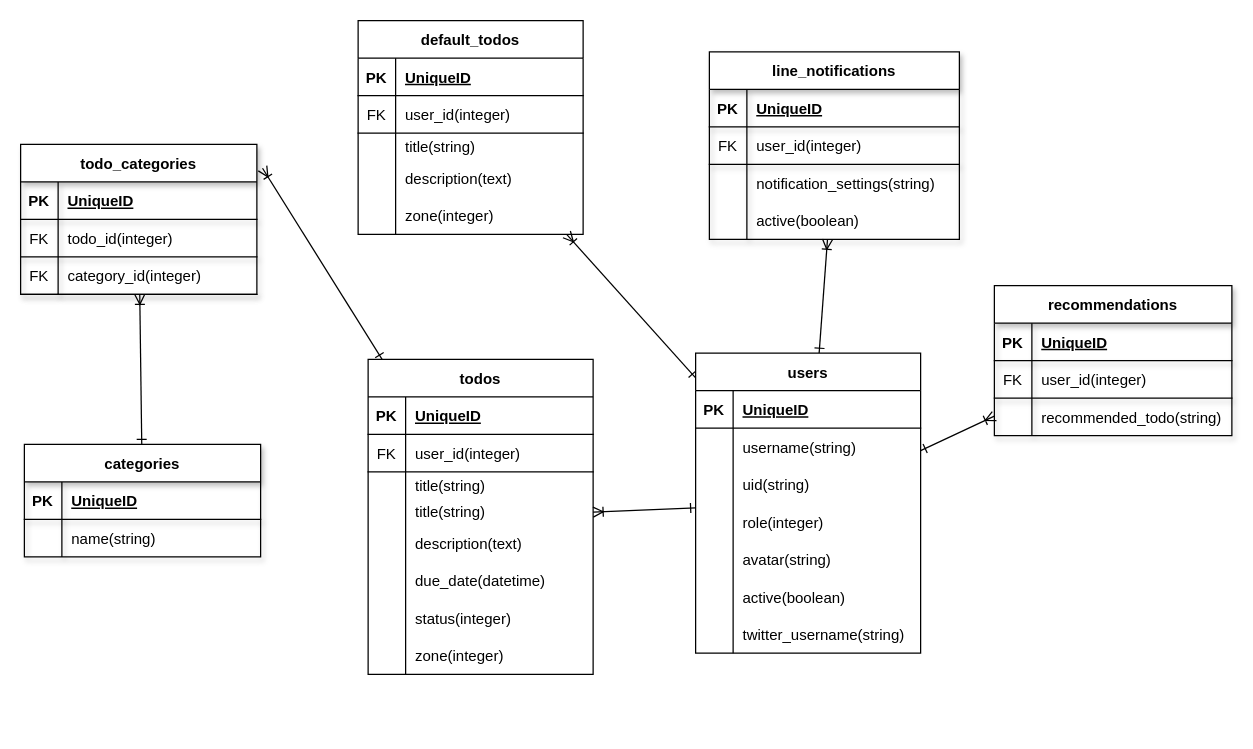
mikurikuri11/Taskzen keeps this draw.io diagram as assets/erDiagram.dio. Above is the earlier version. Source tidied: cells renumbered, new cells numbered last; positions are measured from the earlier drawing's top-left corner, leaving out a move shared by most shapes. Both pictures are drawn from the tidied source at 125%, with x=0, y=0 at pixel (20, 20).
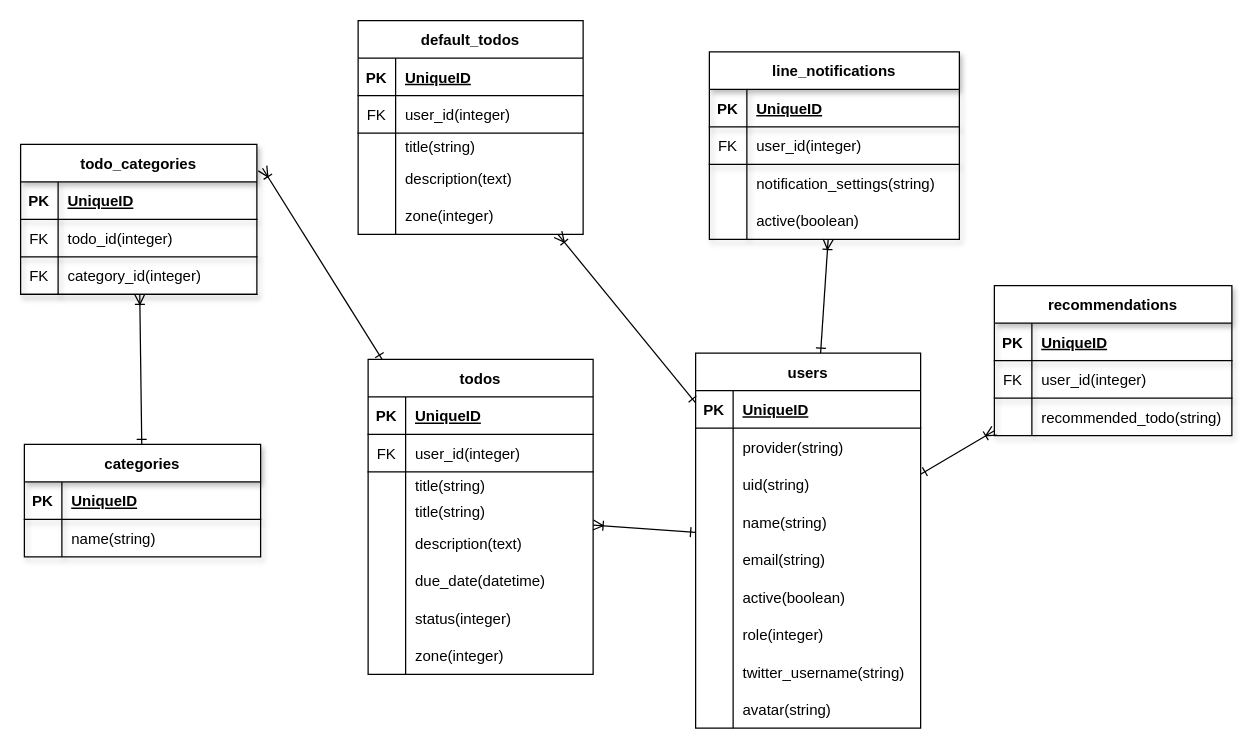
After the change.

Commit message:
🐞fix：add RUN and COPY instruction in Dockerfile

The change refers to these unchanged cells:
```xml
<mxCell id="10" style="shape=tableRow;horizontal=0;startSize=0;swimlaneHead=0;swimlaneBody=0;fillColor=none;top=0;left=0;right=0;bottom=0;" parent="6" vertex="1">
  <mxGeometry y="60" width="180" height="30" as="geometry" />
</mxCell>
<mxCell id="16" style="shape=tableRow;horizontal=0;startSize=0;swimlaneHead=0;swimlaneBody=0;fillColor=none;top=0;left=0;right=0;bottom=0;" parent="6" vertex="1">
  <mxGeometry y="120" width="180" height="30" as="geometry" />
</mxCell>
<mxCell id="19" style="shape=tableRow;horizontal=0;startSize=0;swimlaneHead=0;swimlaneBody=0;fillColor=none;top=0;left=0;right=0;bottom=0;" parent="6" vertex="1">
  <mxGeometry y="150" width="180" height="30" as="geometry" />
</mxCell>
<mxCell id="25" style="shape=tableRow;horizontal=0;startSize=0;swimlaneHead=0;swimlaneBody=0;fillColor=none;top=0;left=0;right=0;bottom=0;" parent="6" vertex="1">
  <mxGeometry y="210" width="180" height="30" as="geometry" />
</mxCell>
```

The edit, as a diff of the source:
```diff
@@
     <mxCell id="6" value="users" style="shape=table;startSize=30;childLayout=tableLayout;rowLines=0;fontStyle=1;align=center;" parent="1" vertex="1">
-      <mxGeometry x="540" y="266" width="180" height="240" as="geometry" />
+      <mxGeometry x="540" y="266" width="180" height="300" as="geometry" />
     </mxCell>
@@
-    <mxCell id="12" value="username(string)" style="shape=partialRectangle;fillColor=none;top=0;left=0;bottom=0;right=0;align=left;spacingLeft=6;overflow=hidden;" parent="10" vertex="1">
+    <mxCell id="12" value="provider(string)" style="shape=partialRectangle;fillColor=none;top=0;left=0;bottom=0;right=0;align=left;spacingLeft=6;overflow=hidden;" parent="10" vertex="1">
       <mxGeometry x="30" width="150" height="30" as="geometry" />
     </mxCell>
@@
-    <mxCell id="18" value="role(integer)" style="shape=partialRectangle;fillColor=none;top=0;left=0;bottom=0;right=0;align=left;spacingLeft=6;overflow=hidden;" parent="16" vertex="1">
+    <mxCell id="18" value="name(string)" style="shape=partialRectangle;fillColor=none;top=0;left=0;bottom=0;right=0;align=left;spacingLeft=6;overflow=hidden;" parent="16" vertex="1">
       <mxGeometry x="30" width="150" height="30" as="geometry" />
     </mxCell>
@@
-    <mxCell id="21" value="avatar(string)" style="shape=partialRectangle;fillColor=none;top=0;left=0;bottom=0;right=0;align=left;spacingLeft=6;overflow=hidden;" parent="19" vertex="1">
+    <mxCell id="21" value="email(string)" style="shape=partialRectangle;fillColor=none;top=0;left=0;bottom=0;right=0;align=left;spacingLeft=6;overflow=hidden;" parent="19" vertex="1">
       <mxGeometry x="30" width="150" height="30" as="geometry" />
     </mxCell>
@@
-    <mxCell id="27" value="twitter_username(string)" style="shape=partialRectangle;fillColor=none;top=0;left=0;bottom=0;right=0;align=left;spacingLeft=6;overflow=hidden;" parent="25" vertex="1">
+    <mxCell id="27" value="role(integer)" style="shape=partialRectangle;fillColor=none;top=0;left=0;bottom=0;right=0;align=left;spacingLeft=6;overflow=hidden;" parent="25" vertex="1">
       <mxGeometry x="30" width="150" height="30" as="geometry" />
     </mxCell>
+    <mxCell id="111" style="shape=tableRow;horizontal=0;startSize=0;swimlaneHead=0;swimlaneBody=0;fillColor=none;top=0;left=0;right=0;bottom=0;" parent="6" vertex="1">
+      <mxGeometry y="240" width="180" height="30" as="geometry" />
+    </mxCell>
+    <mxCell id="112" style="shape=partialRectangle;fillColor=none;top=0;left=0;bottom=0;right=0;overflow=hidden;" parent="111" vertex="1">
+      <mxGeometry width="30" height="30" as="geometry" />
+    </mxCell>
+    <mxCell id="113" value="twitter_username(string)" style="shape=partialRectangle;fillColor=none;top=0;left=0;bottom=0;right=0;align=left;spacingLeft=6;overflow=hidden;" parent="111" vertex="1">
+      <mxGeometry x="30" width="150" height="30" as="geometry" />
+    </mxCell>
+    <mxCell id="114" style="shape=tableRow;horizontal=0;startSize=0;swimlaneHead=0;swimlaneBody=0;fillColor=none;top=0;left=0;right=0;bottom=0;" parent="6" vertex="1">
+      <mxGeometry y="270" width="180" height="30" as="geometry" />
+    </mxCell>
+    <mxCell id="115" style="shape=partialRectangle;fillColor=none;top=0;left=0;bottom=0;right=0;overflow=hidden;" parent="114" vertex="1">
+      <mxGeometry width="30" height="30" as="geometry" />
+    </mxCell>
+    <mxCell id="116" value="avatar(string)" style="shape=partialRectangle;fillColor=none;top=0;left=0;bottom=0;right=0;align=left;spacingLeft=6;overflow=hidden;" parent="114" vertex="1">
+      <mxGeometry x="30" width="150" height="30" as="geometry" />
+    </mxCell>
```
